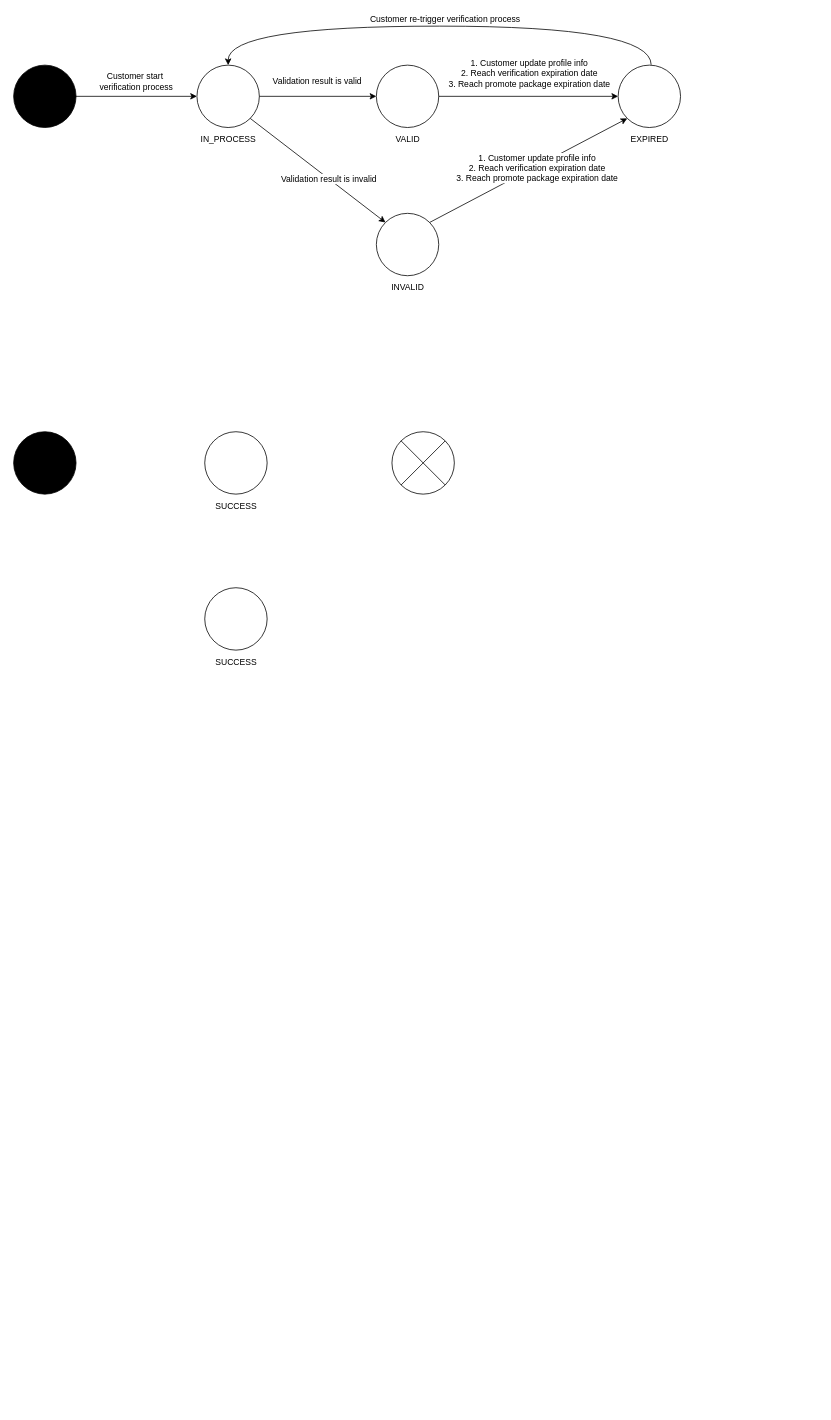
Earlier version of the draw.io diagram page "Status" (6 of 7) of verification_framework.drawio (huangshijie/Drawio). Source tidied: cells renumbered, new cells numbered last; positions are measured from the earlier drawing's top-left corner, leaving out a move shared by most shapes. Both pictures are drawn from the tidied source at 78%, with x=0, y=0 at pixel (13, 26).
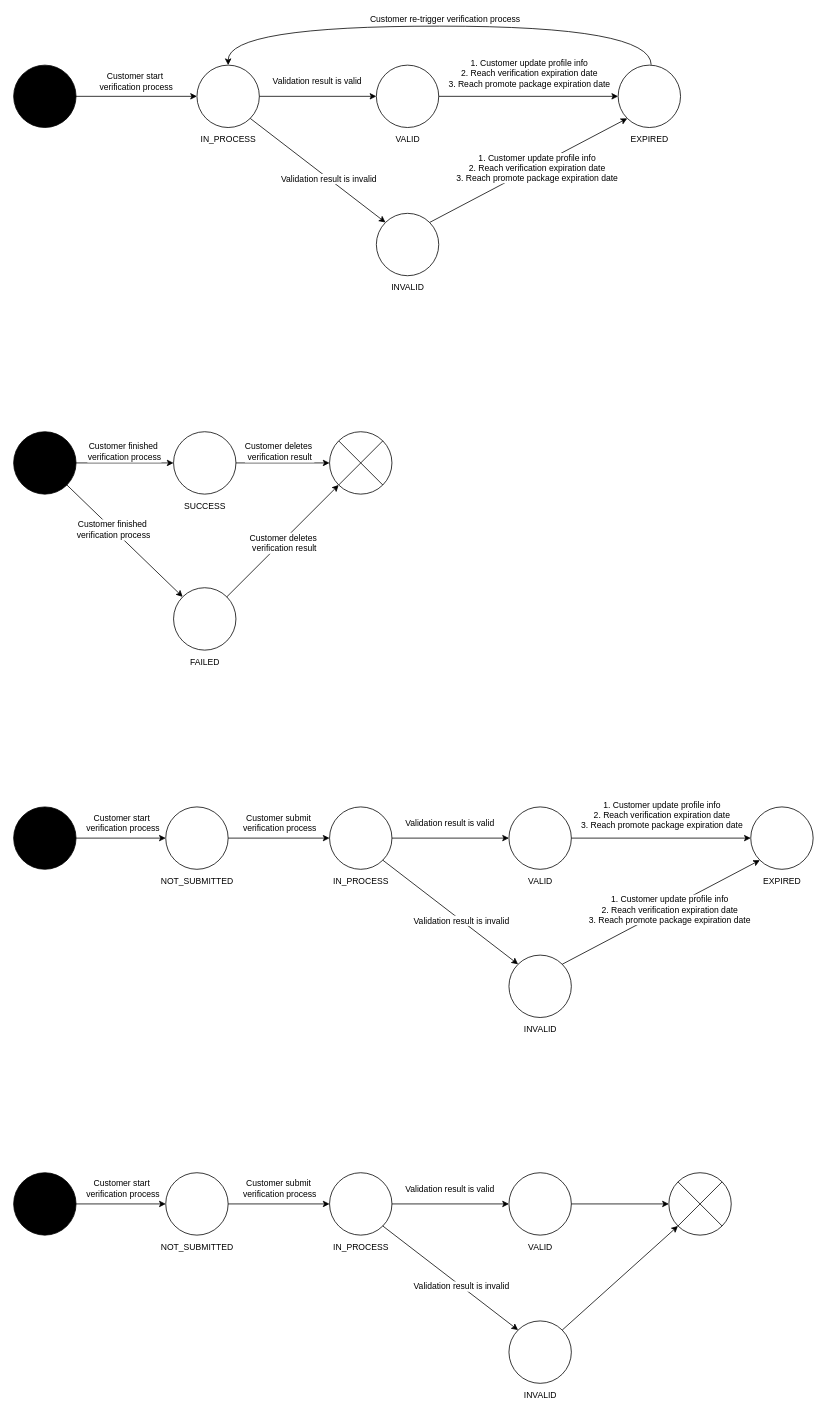
The same diagram, later.

Unchanged cells that the change refers to:
```xml
<mxCell id="27" style="ellipse;whiteSpace=wrap;html=1;fillColor=#000000;fontSize=11;" parent="1" vertex="1">
  <mxGeometry y="520" width="80" height="80" as="geometry" />
</mxCell>
<mxCell id="29" style="ellipse;whiteSpace=wrap;html=1;fontSize=11;" parent="28" vertex="1">
  <mxGeometry x="5" width="80" height="80" as="geometry" />
</mxCell>
<mxCell id="32" style="ellipse;whiteSpace=wrap;html=1;fontSize=11;" parent="31" vertex="1">
  <mxGeometry x="5" width="80" height="80" as="geometry" />
</mxCell>
<mxCell id="35" style="ellipse;whiteSpace=wrap;html=1;fontSize=11;" parent="34" vertex="1">
  <mxGeometry x="5" width="80" height="80" as="geometry" />
</mxCell>
```

What changed in the source:
```diff
@@
     <mxCell id="28" style="group;fontSize=11;" parent="1" vertex="1">
-      <mxGeometry x="240" y="520" width="90" height="110" as="geometry" />
+      <mxGeometry x="200" y="520" width="90" height="110" as="geometry" />
     </mxCell>
@@
     <mxCell id="31" style="group;fontSize=11;" parent="1" vertex="1">
-      <mxGeometry x="240" y="720" width="90" height="110" as="geometry" />
+      <mxGeometry x="200" y="720" width="90" height="110" as="geometry" />
     </mxCell>
@@
-    <mxCell id="33" value="&lt;span style=&quot;text-wrap: wrap;&quot;&gt;SUCCESS&lt;/span&gt;" style="text;html=1;align=center;verticalAlign=middle;strokeColor=none;fillColor=none;fontSize=11;" parent="31" vertex="1">
-      <mxGeometry x="5" y="80" width="80" height="30" as="geometry" />
+    <mxCell id="33" value="&lt;span style=&quot;text-wrap: wrap;&quot;&gt;FAILED&lt;/span&gt;" style="text;html=1;align=center;verticalAlign=middle;strokeColor=none;fillColor=none;fontSize=11;" parent="31" vertex="1">
+      <mxGeometry x="15" y="80" width="60" height="30" as="geometry" />
     </mxCell>
     <mxCell id="34" style="group;fontSize=11;" parent="1" vertex="1">
-      <mxGeometry x="480" y="520" width="90" height="115" as="geometry" />
+      <mxGeometry x="400" y="520" width="90" height="115" as="geometry" />
     </mxCell>
@@
+    <mxCell id="38" style="endArrow=classic;html=1;rounded=0;exitX=1;exitY=0.5;exitDx=0;exitDy=0;entryX=0;entryY=0.5;entryDx=0;entryDy=0;" parent="1" edge="1" source="27" target="29">
+      <mxGeometry relative="1" as="geometry" />
+    </mxCell>
+    <mxCell id="39" value="Customer finished&amp;nbsp;&lt;div&gt;verification process&lt;/div&gt;" style="edgeLabel;html=1;align=center;verticalAlign=middle;" parent="38" vertex="1">
+      <mxGeometry x="-0.4" y="-2" relative="1" as="geometry">
+        <mxPoint x="23" y="-17" as="offset" />
+      </mxGeometry>
+    </mxCell>
+    <mxCell id="40" style="endArrow=classic;html=1;rounded=0;exitX=1;exitY=0.5;exitDx=0;exitDy=0;entryX=0;entryY=0.5;entryDx=0;entryDy=0;" parent="1" edge="1" source="29" target="35">
+      <mxGeometry relative="1" as="geometry" />
+    </mxCell>
+    <mxCell id="41" value="Customer deletes&amp;nbsp;&lt;div&gt;verification result&lt;/div&gt;" style="edgeLabel;html=1;align=center;verticalAlign=middle;" parent="40" vertex="1">
+      <mxGeometry x="-0.2" y="-3" relative="1" as="geometry">
+        <mxPoint x="7" y="-18" as="offset" />
+      </mxGeometry>
+    </mxCell>
+    <mxCell id="42" style="endArrow=classic;html=1;rounded=0;exitX=1;exitY=1;exitDx=0;exitDy=0;entryX=0;entryY=0;entryDx=0;entryDy=0;" parent="1" edge="1" source="27" target="32">
+      <mxGeometry relative="1" as="geometry" />
+    </mxCell>
+    <mxCell id="43" value="Customer finished&amp;nbsp;&lt;div&gt;verification process&lt;/div&gt;" style="edgeLabel;html=1;align=center;verticalAlign=middle;" parent="42" vertex="1">
+      <mxGeometry x="-0.2" relative="1" as="geometry" />
+    </mxCell>
+    <mxCell id="44" style="endArrow=classic;html=1;rounded=0;exitX=1;exitY=0;exitDx=0;exitDy=0;entryX=0;entryY=1;entryDx=0;entryDy=0;" parent="1" edge="1" source="32" target="35">
+      <mxGeometry relative="1" as="geometry" />
+    </mxCell>
+    <mxCell id="45" value="Customer deletes&amp;nbsp;&lt;div&gt;verification result&lt;/div&gt;" style="edgeLabel;html=1;align=center;verticalAlign=middle;" parent="44" vertex="1">
+      <mxGeometry y="-3" relative="1" as="geometry" />
+    </mxCell>
+    <mxCell id="46" style="ellipse;whiteSpace=wrap;html=1;fillColor=#000000;fontSize=11;" parent="1" vertex="1">
+      <mxGeometry y="1001" width="80" height="80" as="geometry" />
+    </mxCell>
+    <mxCell id="47" style="group;fontSize=11;" parent="1" vertex="1">
+      <mxGeometry x="400" y="1001" width="90" height="110" as="geometry" />
+    </mxCell>
+    <mxCell id="48" style="ellipse;whiteSpace=wrap;html=1;fontSize=11;" parent="47" vertex="1">
+      <mxGeometry x="5" width="80" height="80" as="geometry" />
+    </mxCell>
+    <mxCell id="49" value="&lt;span style=&quot;font-size: 11px; text-wrap: wrap;&quot;&gt;IN_PROCESS&lt;/span&gt;" style="text;html=1;align=center;verticalAlign=middle;strokeColor=none;fillColor=none;fontSize=11;" parent="47" vertex="1">
+      <mxGeometry y="80" width="90" height="30" as="geometry" />
+    </mxCell>
+    <mxCell id="50" style="group;fontSize=11;" parent="1" vertex="1">
+      <mxGeometry x="940" y="1001" width="90" height="110" as="geometry" />
+    </mxCell>
+    <mxCell id="51" style="ellipse;whiteSpace=wrap;html=1;fontSize=11;" parent="50" vertex="1">
+      <mxGeometry x="5" width="80" height="80" as="geometry" />
+    </mxCell>
+    <mxCell id="52" value="&lt;span style=&quot;font-size: 11px; text-wrap: wrap;&quot;&gt;EXPIRED&lt;/span&gt;" style="text;html=1;align=center;verticalAlign=middle;strokeColor=none;fillColor=none;fontSize=11;" parent="50" vertex="1">
+      <mxGeometry x="10" y="80" width="70" height="30" as="geometry" />
+    </mxCell>
+    <mxCell id="53" style="group;fontSize=11;" parent="1" vertex="1">
+      <mxGeometry x="630" y="1001" width="90" height="110" as="geometry" />
+    </mxCell>
+    <mxCell id="54" style="ellipse;whiteSpace=wrap;html=1;fontSize=11;" parent="53" vertex="1">
+      <mxGeometry x="5" width="80" height="80" as="geometry" />
+    </mxCell>
+    <mxCell id="55" value="&lt;span style=&quot;font-size: 11px; text-wrap: wrap;&quot;&gt;VALID&lt;/span&gt;" style="text;html=1;align=center;verticalAlign=middle;strokeColor=none;fillColor=none;fontSize=11;" parent="53" vertex="1">
+      <mxGeometry x="20" y="80" width="50" height="30" as="geometry" />
+    </mxCell>
+    <mxCell id="56" style="group;fontSize=11;" parent="1" vertex="1">
+      <mxGeometry x="630" y="1191" width="90" height="110" as="geometry" />
+    </mxCell>
+    <mxCell id="57" style="ellipse;whiteSpace=wrap;html=1;fontSize=11;" parent="56" vertex="1">
+      <mxGeometry x="5" width="80" height="80" as="geometry" />
+    </mxCell>
+    <mxCell id="58" value="&lt;span style=&quot;font-size: 11px; text-wrap: wrap;&quot;&gt;INVALID&lt;/span&gt;" style="text;html=1;align=center;verticalAlign=middle;strokeColor=none;fillColor=none;fontSize=11;" parent="56" vertex="1">
+      <mxGeometry x="10" y="80" width="70" height="30" as="geometry" />
+    </mxCell>
+    <mxCell id="59" style="endArrow=classic;html=1;rounded=0;exitX=1;exitY=0.5;exitDx=0;exitDy=0;fontSize=11;entryX=0;entryY=0.5;entryDx=0;entryDy=0;" parent="1" edge="1" source="46" target="70">
+      <mxGeometry relative="1" as="geometry" />
+    </mxCell>
+    <mxCell id="60" value="&lt;font style=&quot;font-size: 11px;&quot;&gt;Customer start&amp;nbsp;&lt;/font&gt;&lt;div style=&quot;font-size: 11px;&quot;&gt;&lt;font style=&quot;font-size: 11px;&quot;&gt;verification process&lt;/font&gt;&lt;/div&gt;" style="edgeLabel;html=1;align=center;verticalAlign=middle;fontSize=11;" parent="59" vertex="1">
+      <mxGeometry x="-0.16" y="-1" relative="1" as="geometry">
+        <mxPoint x="11" y="-21" as="offset" />
+      </mxGeometry>
+    </mxCell>
+    <mxCell id="61" style="endArrow=classic;html=1;rounded=0;exitX=1;exitY=0.5;exitDx=0;exitDy=0;entryX=0;entryY=0.5;entryDx=0;entryDy=0;fontSize=11;" parent="1" edge="1" source="48" target="54">
+      <mxGeometry relative="1" as="geometry" />
+    </mxCell>
+    <mxCell id="62" value="Validation result is valid" style="edgeLabel;html=1;align=center;verticalAlign=middle;fontSize=11;" parent="61" vertex="1">
+      <mxGeometry x="-0.26" relative="1" as="geometry">
+        <mxPoint x="17" y="-20" as="offset" />
+      </mxGeometry>
+    </mxCell>
+    <mxCell id="63" style="endArrow=classic;html=1;rounded=0;exitX=1;exitY=1;exitDx=0;exitDy=0;entryX=0;entryY=0;entryDx=0;entryDy=0;fontSize=11;" parent="1" edge="1" source="48" target="57">
+      <mxGeometry relative="1" as="geometry" />
+    </mxCell>
+    <mxCell id="64" value="Validation result is invalid" style="edgeLabel;html=1;align=center;verticalAlign=middle;fontSize=11;" parent="63" vertex="1">
+      <mxGeometry x="0.37" y="-2" relative="1" as="geometry">
+        <mxPoint x="-17" y="-16" as="offset" />
+      </mxGeometry>
+    </mxCell>
+    <mxCell id="65" style="endArrow=classic;html=1;rounded=0;exitX=1;exitY=0;exitDx=0;exitDy=0;entryX=0;entryY=1;entryDx=0;entryDy=0;fontSize=11;" parent="1" edge="1" source="57" target="51">
+      <mxGeometry relative="1" as="geometry" />
+    </mxCell>
+    <mxCell id="66" value="1. Customer update profile info&lt;div style=&quot;font-size: 11px;&quot;&gt;2. Reach verification expiration date&lt;/div&gt;&lt;div style=&quot;font-size: 11px;&quot;&gt;3. Reach promote package expiration date&lt;/div&gt;" style="edgeLabel;html=1;align=center;verticalAlign=middle;fontSize=11;" parent="65" vertex="1">
+      <mxGeometry x="-0.05" y="-2" relative="1" as="geometry">
+        <mxPoint x="16" y="-9" as="offset" />
+      </mxGeometry>
+    </mxCell>
+    <mxCell id="67" style="endArrow=classic;html=1;rounded=0;exitX=1;exitY=0.5;exitDx=0;exitDy=0;fontSize=11;" parent="1" edge="1" source="54" target="51">
+      <mxGeometry relative="1" as="geometry" />
+    </mxCell>
+    <mxCell id="68" value="&lt;font style=&quot;font-size: 11px;&quot;&gt;1. Customer update profile info&lt;/font&gt;&lt;div style=&quot;font-size: 11px;&quot;&gt;&lt;font style=&quot;font-size: 11px;&quot;&gt;2. Reach verification expiration date&lt;/font&gt;&lt;/div&gt;&lt;div style=&quot;font-size: 11px;&quot;&gt;&lt;font style=&quot;font-size: 11px;&quot;&gt;3. Reach promote package expiration date&lt;/font&gt;&lt;/div&gt;" style="edgeLabel;html=1;align=center;verticalAlign=middle;fontSize=11;" parent="67" vertex="1">
+      <mxGeometry x="-0.15" y="1" relative="1" as="geometry">
+        <mxPoint x="17" y="-29" as="offset" />
+      </mxGeometry>
+    </mxCell>
+    <mxCell id="69" style="group;fontSize=11;" parent="1" vertex="1">
+      <mxGeometry x="190" y="1001" width="105" height="110" as="geometry" />
+    </mxCell>
+    <mxCell id="70" style="ellipse;whiteSpace=wrap;html=1;fontSize=11;" parent="69" vertex="1">
+      <mxGeometry x="5" width="80" height="80" as="geometry" />
+    </mxCell>
+    <mxCell id="71" value="NOT_SUBMITTED" style="text;html=1;align=center;verticalAlign=middle;strokeColor=none;fillColor=none;fontSize=11;" parent="69" vertex="1">
+      <mxGeometry x="-15" y="80" width="120" height="30" as="geometry" />
+    </mxCell>
+    <mxCell id="72" style="endArrow=classic;html=1;rounded=0;exitX=1;exitY=0.5;exitDx=0;exitDy=0;entryX=0;entryY=0.5;entryDx=0;entryDy=0;" parent="1" edge="1" source="70" target="48">
+      <mxGeometry relative="1" as="geometry" />
+    </mxCell>
+    <mxCell id="73" value="Customer submit&amp;nbsp;&lt;div&gt;verification process&lt;/div&gt;" style="edgeLabel;html=1;align=center;verticalAlign=middle;" parent="72" vertex="1">
+      <mxGeometry x="-0.35" y="-1" relative="1" as="geometry">
+        <mxPoint x="23" y="-21" as="offset" />
+      </mxGeometry>
+    </mxCell>
+    <mxCell id="74" style="ellipse;whiteSpace=wrap;html=1;fillColor=#000000;fontSize=11;" parent="1" vertex="1">
+      <mxGeometry y="1470" width="80" height="80" as="geometry" />
+    </mxCell>
+    <mxCell id="75" style="group;fontSize=11;" parent="1" vertex="1">
+      <mxGeometry x="400" y="1470" width="90" height="110" as="geometry" />
+    </mxCell>
+    <mxCell id="76" style="ellipse;whiteSpace=wrap;html=1;fontSize=11;" parent="75" vertex="1">
+      <mxGeometry x="5" width="80" height="80" as="geometry" />
+    </mxCell>
+    <mxCell id="77" value="&lt;span style=&quot;font-size: 11px; text-wrap: wrap;&quot;&gt;IN_PROCESS&lt;/span&gt;" style="text;html=1;align=center;verticalAlign=middle;strokeColor=none;fillColor=none;fontSize=11;" parent="75" vertex="1">
+      <mxGeometry y="80" width="90" height="30" as="geometry" />
+    </mxCell>
+    <mxCell id="78" style="group;fontSize=11;" parent="1" vertex="1">
+      <mxGeometry x="630" y="1470" width="90" height="110" as="geometry" />
+    </mxCell>
+    <mxCell id="79" style="ellipse;whiteSpace=wrap;html=1;fontSize=11;" parent="78" vertex="1">
+      <mxGeometry x="5" width="80" height="80" as="geometry" />
+    </mxCell>
+    <mxCell id="80" value="&lt;span style=&quot;font-size: 11px; text-wrap: wrap;&quot;&gt;VALID&lt;/span&gt;" style="text;html=1;align=center;verticalAlign=middle;strokeColor=none;fillColor=none;fontSize=11;" parent="78" vertex="1">
+      <mxGeometry x="20" y="80" width="50" height="30" as="geometry" />
+    </mxCell>
+    <mxCell id="81" style="group;fontSize=11;" parent="1" vertex="1">
+      <mxGeometry x="630" y="1660" width="90" height="110" as="geometry" />
+    </mxCell>
+    <mxCell id="82" style="ellipse;whiteSpace=wrap;html=1;fontSize=11;" parent="81" vertex="1">
+      <mxGeometry x="5" width="80" height="80" as="geometry" />
+    </mxCell>
+    <mxCell id="83" value="&lt;span style=&quot;font-size: 11px; text-wrap: wrap;&quot;&gt;INVALID&lt;/span&gt;" style="text;html=1;align=center;verticalAlign=middle;strokeColor=none;fillColor=none;fontSize=11;" parent="81" vertex="1">
+      <mxGeometry x="10" y="80" width="70" height="30" as="geometry" />
+    </mxCell>
+    <mxCell id="84" style="endArrow=classic;html=1;rounded=0;exitX=1;exitY=0.5;exitDx=0;exitDy=0;fontSize=11;entryX=0;entryY=0.5;entryDx=0;entryDy=0;" parent="1" edge="1" source="74" target="93">
+      <mxGeometry relative="1" as="geometry" />
+    </mxCell>
+    <mxCell id="85" value="&lt;font style=&quot;font-size: 11px;&quot;&gt;Customer start&amp;nbsp;&lt;/font&gt;&lt;div style=&quot;font-size: 11px;&quot;&gt;&lt;font style=&quot;font-size: 11px;&quot;&gt;verification process&lt;/font&gt;&lt;/div&gt;" style="edgeLabel;html=1;align=center;verticalAlign=middle;fontSize=11;" parent="84" vertex="1">
+      <mxGeometry x="-0.16" y="-1" relative="1" as="geometry">
+        <mxPoint x="11" y="-21" as="offset" />
+      </mxGeometry>
+    </mxCell>
+    <mxCell id="86" style="endArrow=classic;html=1;rounded=0;exitX=1;exitY=0.5;exitDx=0;exitDy=0;entryX=0;entryY=0.5;entryDx=0;entryDy=0;fontSize=11;" parent="1" edge="1" source="76" target="79">
+      <mxGeometry relative="1" as="geometry" />
+    </mxCell>
+    <mxCell id="87" value="Validation result is valid" style="edgeLabel;html=1;align=center;verticalAlign=middle;fontSize=11;" parent="86" vertex="1">
+      <mxGeometry x="-0.26" relative="1" as="geometry">
+        <mxPoint x="17" y="-20" as="offset" />
+      </mxGeometry>
+    </mxCell>
+    <mxCell id="88" style="endArrow=classic;html=1;rounded=0;exitX=1;exitY=1;exitDx=0;exitDy=0;entryX=0;entryY=0;entryDx=0;entryDy=0;fontSize=11;" parent="1" edge="1" source="76" target="82">
+      <mxGeometry relative="1" as="geometry" />
+    </mxCell>
+    <mxCell id="89" value="Validation result is invalid" style="edgeLabel;html=1;align=center;verticalAlign=middle;fontSize=11;" parent="88" vertex="1">
+      <mxGeometry x="0.37" y="-2" relative="1" as="geometry">
+        <mxPoint x="-17" y="-16" as="offset" />
+      </mxGeometry>
+    </mxCell>
+    <mxCell id="90" style="endArrow=classic;html=1;rounded=0;exitX=1;exitY=0;exitDx=0;exitDy=0;entryX=0;entryY=1;entryDx=0;entryDy=0;fontSize=11;" parent="1" edge="1" source="82" target="98">
+      <mxGeometry relative="1" as="geometry" />
+    </mxCell>
+    <mxCell id="91" style="endArrow=classic;html=1;rounded=0;exitX=1;exitY=0.5;exitDx=0;exitDy=0;fontSize=11;entryX=0;entryY=0.5;entryDx=0;entryDy=0;" parent="1" edge="1" source="79" target="98">
+      <mxGeometry relative="1" as="geometry" />
+    </mxCell>
+    <mxCell id="92" style="group;fontSize=11;" parent="1" vertex="1">
+      <mxGeometry x="190" y="1470" width="105" height="110" as="geometry" />
+    </mxCell>
+    <mxCell id="93" style="ellipse;whiteSpace=wrap;html=1;fontSize=11;" parent="92" vertex="1">
+      <mxGeometry x="5" width="80" height="80" as="geometry" />
+    </mxCell>
+    <mxCell id="94" value="NOT_SUBMITTED" style="text;html=1;align=center;verticalAlign=middle;strokeColor=none;fillColor=none;fontSize=11;" parent="92" vertex="1">
+      <mxGeometry x="-15" y="80" width="120" height="30" as="geometry" />
+    </mxCell>
+    <mxCell id="95" style="endArrow=classic;html=1;rounded=0;exitX=1;exitY=0.5;exitDx=0;exitDy=0;entryX=0;entryY=0.5;entryDx=0;entryDy=0;" parent="1" edge="1" source="93" target="76">
+      <mxGeometry relative="1" as="geometry" />
+    </mxCell>
+    <mxCell id="96" value="Customer submit&amp;nbsp;&lt;div&gt;verification process&lt;/div&gt;" style="edgeLabel;html=1;align=center;verticalAlign=middle;" parent="95" vertex="1">
+      <mxGeometry x="-0.35" y="-1" relative="1" as="geometry">
+        <mxPoint x="23" y="-21" as="offset" />
+      </mxGeometry>
+    </mxCell>
+    <mxCell id="97" style="group;" parent="1" vertex="1">
+      <mxGeometry x="840" y="1470" width="80" height="80" as="geometry" />
+    </mxCell>
+    <mxCell id="98" style="ellipse;whiteSpace=wrap;html=1;fontSize=11;" parent="97" vertex="1">
+      <mxGeometry width="80" height="80" as="geometry" />
+    </mxCell>
+    <mxCell id="99" style="endArrow=none;html=1;rounded=0;entryX=1;entryY=0;entryDx=0;entryDy=0;exitX=0;exitY=1;exitDx=0;exitDy=0;" parent="97" edge="1" source="98" target="98">
+      <mxGeometry relative="1" as="geometry" />
+    </mxCell>
+    <mxCell id="100" style="endArrow=none;html=1;rounded=0;entryX=0;entryY=0;entryDx=0;entryDy=0;exitX=1;exitY=1;exitDx=0;exitDy=0;" parent="97" edge="1" source="98" target="98">
+      <mxGeometry relative="1" as="geometry" />
+    </mxCell>
```
